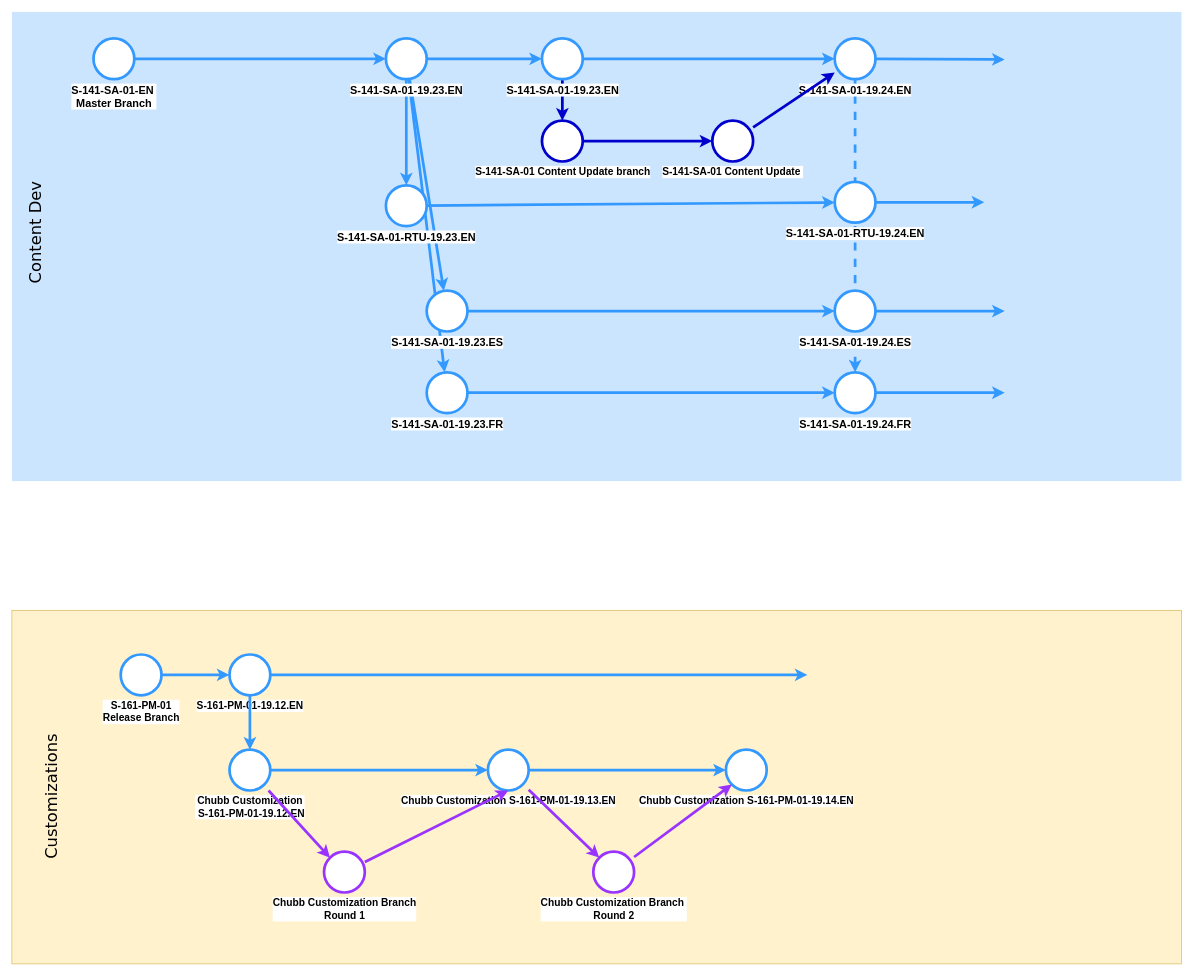
Earlier version of the draw.io diagram ContenDevGitFlowDiagram.drawio (choon94/drawio). Source tidied: cells renumbered, new cells numbered last; positions are measured from the earlier drawing's top-left corner, leaving out a move shared by most shapes. Both pictures are drawn from the tidied source at 68%, with x=0, y=0 at pixel (-22, 12).
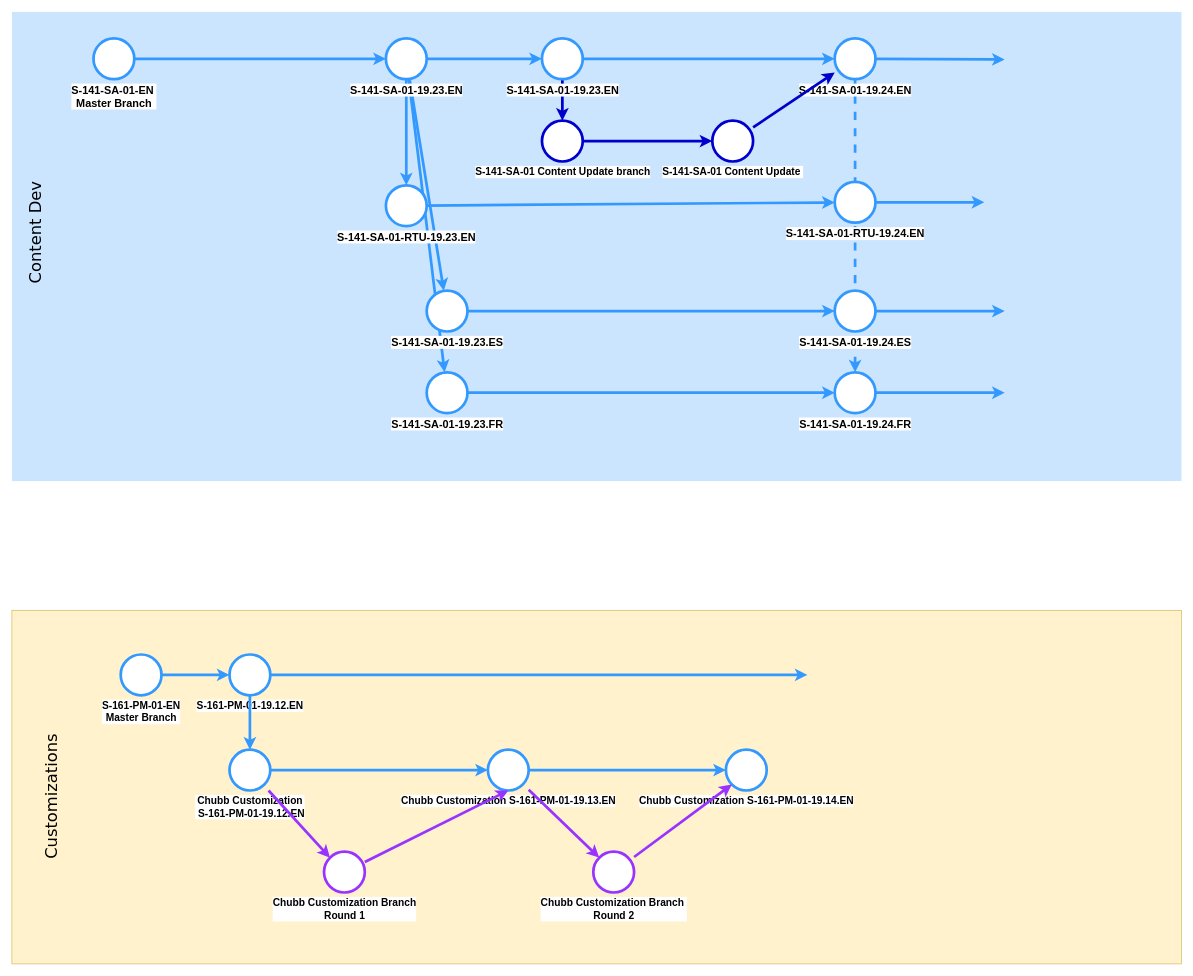
The same diagram, later.

The edit, as a diff of the source:
```diff
@@
-    <mxCell id="6" value="S-161-PM-01&lt;br style=&quot;font-size: 15px&quot;&gt;Release Branch" style="verticalLabelPosition=bottom;verticalAlign=top;html=1;strokeWidth=4;shape=mxgraph.flowchart.on-page_reference;strokeColor=#3399FF;labelBackgroundColor=#ffffff;fontSize=15;fontStyle=1;" parent="1" vertex="1">
+    <mxCell id="6" value="S-161-PM-01-EN&lt;br style=&quot;font-size: 15px&quot;&gt;Master Branch" style="verticalLabelPosition=bottom;verticalAlign=top;html=1;strokeWidth=4;shape=mxgraph.flowchart.on-page_reference;strokeColor=#3399FF;labelBackgroundColor=#ffffff;fontSize=15;fontStyle=1;" parent="1" vertex="1">
       <mxGeometry x="210" y="945" width="60" height="60" as="geometry" />
     </mxCell>
```
